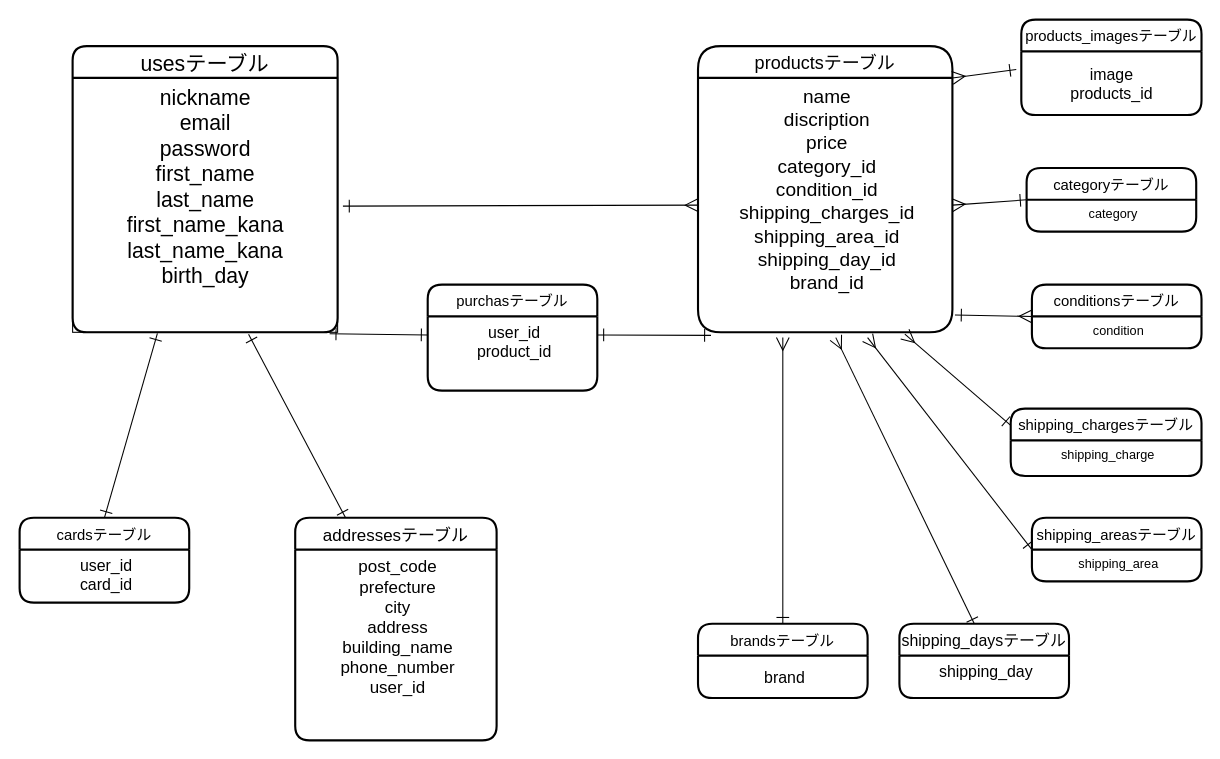
Earlier version of the draw.io diagram furima.dio (yyhoshino/furima-38595). Source tidied: cells renumbered, new cells numbered last; positions are measured from the earlier drawing's top-left corner, leaving out a move shared by most shapes. Both pictures are drawn from the tidied source at 106%, with x=0, y=0 at pixel (19, 19).
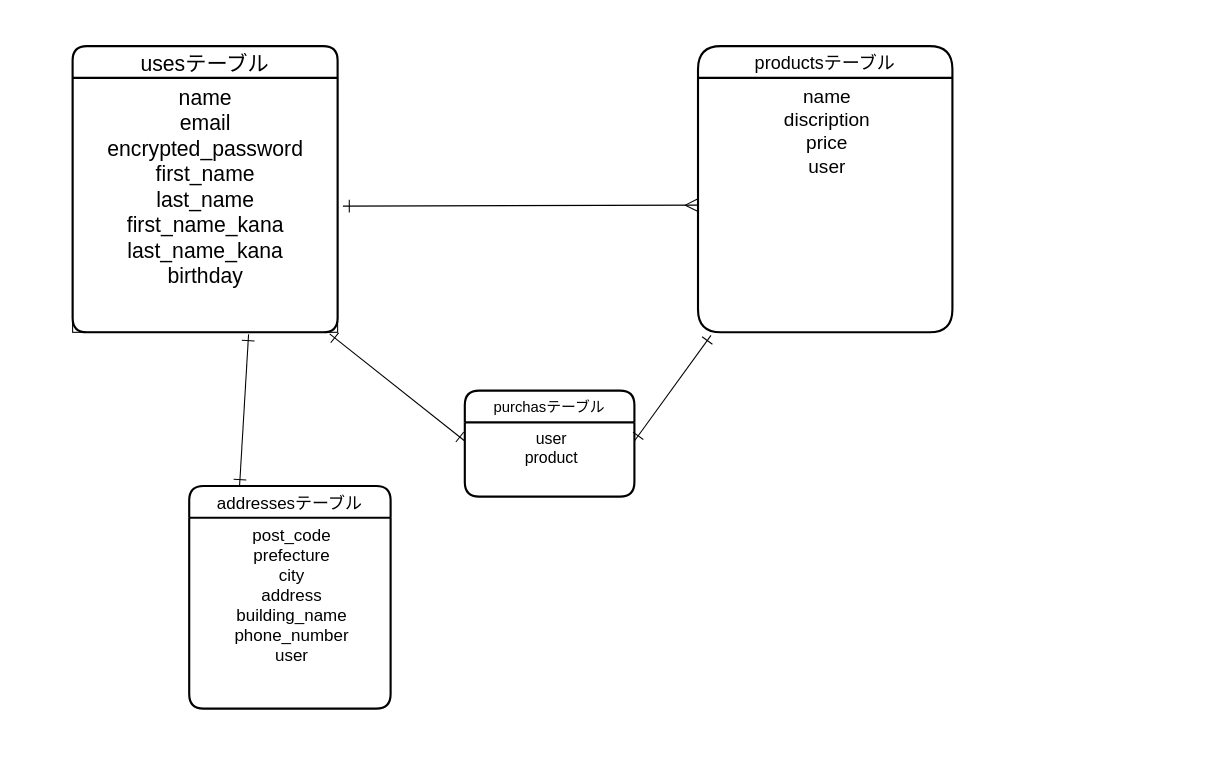
After the change.

The change refers to these unchanged cells:
```xml
<mxCell id="2" value="usesテーブル" style="swimlane;horizontal=1;startSize=30;rounded=1;fontSize=20;fontStyle=0;strokeWidth=2;shadow=0;dashed=0;align=center;" parent="1" vertex="1">
  <mxGeometry x="50" y="25" width="250" height="270" as="geometry" />
</mxCell>
<mxCell id="4" value="productsテーブル" style="swimlane;horizontal=1;startSize=30;rounded=1;fontSize=17;fontStyle=0;strokeWidth=2;shadow=0;dashed=0;align=center;arcSize=24;" parent="1" vertex="1">
  <mxGeometry x="640" y="25" width="240" height="270" as="geometry" />
</mxCell>
```

Change to the diagram source:
```diff
@@
-    <mxCell id="3" value="nickname&lt;br&gt;email&lt;br&gt;password&lt;br&gt;first_name&lt;br&gt;last_name&lt;br&gt;first_name_kana&lt;br&gt;last_name_kana&lt;br&gt;&lt;div&gt;birth_day&lt;/div&gt;" style="text;html=1;align=center;verticalAlign=top;points=[];strokeColor=default;fillColor=none;fontSize=20;fontStyle=0;" parent="2" vertex="1">
+    <mxCell id="3" value="name&lt;br&gt;email&lt;br&gt;encrypted_password&lt;br&gt;first_name&lt;br&gt;last_name&lt;br&gt;first_name_kana&lt;br&gt;last_name_kana&lt;br&gt;&lt;div&gt;birthday&lt;/div&gt;" style="text;html=1;align=center;verticalAlign=top;points=[];strokeColor=default;fillColor=none;fontSize=20;fontStyle=0;" parent="2" vertex="1">
       <mxGeometry y="30" width="250" height="240" as="geometry" />
     </mxCell>
@@
-    <mxCell id="5" value="name&#10;discription&#10;price&#10;category_id&#10;condition_id&#10;shipping_charges_id&#10;shipping_area_id&#10;shipping_day_id&#10;brand_id&#10;" style="align=center;strokeColor=none;fillColor=none;spacingLeft=4;fontSize=18;verticalAlign=top;" parent="4" vertex="1">
+    <mxCell id="5" value="name&#10;discription&#10;price&#10;user&#10;" style="align=center;strokeColor=none;fillColor=none;spacingLeft=4;fontSize=18;verticalAlign=top;" parent="4" vertex="1">
       <mxGeometry y="30" width="240" height="240" as="geometry" />
     </mxCell>
@@
     <mxCell id="7" value="purchasテーブル" style="swimlane;horizontal=1;startSize=30;rounded=1;fontSize=14;fontStyle=0;strokeWidth=2;shadow=0;dashed=0;align=center;" parent="1" vertex="1">
-      <mxGeometry x="385" y="250" width="160" height="100" as="geometry" />
+      <mxGeometry x="420" y="350" width="160" height="100" as="geometry" />
     </mxCell>
-    <mxCell id="8" value="user_id&#10;product_id" style="align=center;strokeColor=none;fillColor=none;spacingLeft=4;fontSize=15;verticalAlign=top;" parent="7" vertex="1">
+    <mxCell id="8" value="user&#10;product" style="align=center;strokeColor=none;fillColor=none;spacingLeft=4;fontSize=15;verticalAlign=top;" parent="7" vertex="1">
       <mxGeometry y="30" width="160" height="70" as="geometry" />
     </mxCell>
@@
-    <mxCell id="10" style="edgeStyle=none;html=1;exitX=0.5;exitY=0;exitDx=0;exitDy=0;fontSize=15;startArrow=ERone;startFill=0;endArrow=ERone;endFill=0;startSize=10;endSize=10;sourcePerimeterSpacing=10;targetPerimeterSpacing=10;strokeWidth=1;entryX=0.32;entryY=1.004;entryDx=0;entryDy=0;entryPerimeter=0;" parent="1" edge="1" source="11" target="3">
-      <mxGeometry relative="1" as="geometry" />
-    </mxCell>
-    <mxCell id="11" value="cardsテーブル" style="swimlane;horizontal=1;startSize=30;rounded=1;fontSize=14;fontStyle=0;strokeWidth=2;shadow=0;dashed=0;align=center;" parent="1" vertex="1">
-      <mxGeometry y="470" width="160" height="80" as="geometry" />
-    </mxCell>
-    <mxCell id="12" value="user_id&#10;card_id" style="align=center;strokeColor=none;fillColor=none;spacingLeft=4;fontSize=15;verticalAlign=top;" parent="11" vertex="1">
-      <mxGeometry y="30" width="160" height="50" as="geometry" />
-    </mxCell>
@@
     <mxCell id="14" value="addressesテーブル" style="swimlane;horizontal=1;startSize=30;rounded=1;fontSize=16;fontStyle=0;strokeWidth=2;shadow=0;dashed=0;align=center;" parent="1" vertex="1">
-      <mxGeometry x="260" y="470" width="190" height="210" as="geometry" />
+      <mxGeometry x="160" y="440" width="190" height="210" as="geometry" />
     </mxCell>
-    <mxCell id="15" value="post_code&#10;prefecture&#10;city&#10;address&#10;building_name&#10;phone_number&#10;user_id" style="align=center;strokeColor=none;fillColor=none;spacingLeft=4;fontSize=16;verticalAlign=top;" parent="14" vertex="1">
+    <mxCell id="15" value="post_code&#10;prefecture&#10;city&#10;address&#10;building_name&#10;phone_number&#10;user" style="align=center;strokeColor=none;fillColor=none;spacingLeft=4;fontSize=16;verticalAlign=top;" parent="14" vertex="1">
       <mxGeometry y="30" width="190" height="180" as="geometry" />
     </mxCell>
-    <mxCell id="16" value="products_imagesテーブル" style="swimlane;horizontal=1;startSize=30;rounded=1;fontSize=14;fontStyle=0;strokeWidth=2;shadow=0;dashed=0;align=center;" parent="1" vertex="1">
-      <mxGeometry x="945" width="170" height="90" as="geometry" />
-    </mxCell>
-    <mxCell id="17" value="image&lt;br&gt;products_id&lt;br&gt;" style="text;html=1;align=center;verticalAlign=middle;points=[];strokeColor=none;fillColor=none;fontSize=15;" parent="16" vertex="1">
-      <mxGeometry y="30" width="170" height="60" as="geometry" />
-    </mxCell>
-    <mxCell id="18" style="edgeStyle=none;html=1;exitX=1;exitY=0;exitDx=0;exitDy=0;entryX=-0.028;entryY=0.285;entryDx=0;entryDy=0;entryPerimeter=0;fontSize=15;startArrow=ERmany;startFill=0;endArrow=ERone;endFill=0;startSize=10;endSize=10;sourcePerimeterSpacing=10;targetPerimeterSpacing=10;strokeWidth=1;" parent="1" edge="1" source="5" target="17">
-      <mxGeometry relative="1" as="geometry" />
-    </mxCell>
-    <mxCell id="19" value="categoryテーブル" style="swimlane;horizontal=1;startSize=30;rounded=1;fontSize=14;fontStyle=0;strokeWidth=2;shadow=0;dashed=0;align=center;" parent="1" vertex="1">
-      <mxGeometry x="950" y="140" width="160" height="60" as="geometry" />
-    </mxCell>
-    <mxCell id="20" value="category" style="align=center;strokeColor=none;fillColor=none;spacingLeft=4;fontSize=12;verticalAlign=top;" parent="19" vertex="1">
-      <mxGeometry y="30" width="160" height="30" as="geometry" />
-    </mxCell>
-    <mxCell id="21" value="conditionsテーブル" style="swimlane;horizontal=1;startSize=30;rounded=1;fontSize=14;fontStyle=0;strokeWidth=2;shadow=0;dashed=0;align=center;" parent="1" vertex="1">
-      <mxGeometry x="955" y="250" width="160" height="60" as="geometry" />
-    </mxCell>
-    <mxCell id="22" value="condition" style="align=center;strokeColor=none;fillColor=none;spacingLeft=4;fontSize=12;verticalAlign=top;" parent="21" vertex="1">
-      <mxGeometry y="30" width="160" height="30" as="geometry" />
-    </mxCell>
-    <mxCell id="23" style="edgeStyle=none;html=1;exitX=0;exitY=0.25;exitDx=0;exitDy=0;entryX=0.813;entryY=1.007;entryDx=0;entryDy=0;entryPerimeter=0;fontSize=15;startArrow=ERone;startFill=0;endArrow=ERmany;endFill=0;startSize=10;endSize=10;sourcePerimeterSpacing=10;targetPerimeterSpacing=10;strokeWidth=1;" parent="1" edge="1" source="24" target="5">
-      <mxGeometry relative="1" as="geometry" />
-    </mxCell>
-    <mxCell id="24" value="shipping_chargesテーブル" style="swimlane;horizontal=1;startSize=30;rounded=1;fontSize=14;fontStyle=0;strokeWidth=2;shadow=0;dashed=0;align=center;" parent="1" vertex="1">
-      <mxGeometry x="935" y="367" width="180" height="63.5" as="geometry" />
-    </mxCell>
-    <mxCell id="25" value="shipping_charge" style="align=center;strokeColor=none;fillColor=none;spacingLeft=4;fontSize=12;verticalAlign=top;" parent="24" vertex="1">
-      <mxGeometry y="30" width="180" height="33.5" as="geometry" />
-    </mxCell>
-    <mxCell id="26" style="edgeStyle=none;html=1;exitX=0;exitY=0.5;exitDx=0;exitDy=0;fontSize=15;startArrow=ERone;startFill=0;endArrow=ERmany;endFill=0;startSize=10;endSize=10;sourcePerimeterSpacing=10;targetPerimeterSpacing=10;strokeWidth=1;" parent="1" edge="1" source="27">
-      <mxGeometry relative="1" as="geometry">
-        <mxPoint x="800" y="300" as="targetPoint" />
-      </mxGeometry>
-    </mxCell>
-    <mxCell id="27" value="shipping_areasテーブル" style="swimlane;horizontal=1;startSize=30;rounded=1;fontSize=14;fontStyle=0;strokeWidth=2;shadow=0;dashed=0;align=center;" parent="1" vertex="1">
-      <mxGeometry x="955" y="470" width="160" height="60" as="geometry" />
-    </mxCell>
-    <mxCell id="28" value="shipping_area" style="align=center;strokeColor=none;fillColor=none;spacingLeft=4;fontSize=12;verticalAlign=top;" parent="27" vertex="1">
-      <mxGeometry y="30" width="160" height="30" as="geometry" />
-    </mxCell>
-    <mxCell id="29" style="edgeStyle=none;html=1;fontSize=15;startArrow=ERone;startFill=0;endArrow=ERmany;endFill=0;startSize=10;endSize=10;sourcePerimeterSpacing=10;targetPerimeterSpacing=10;strokeWidth=1;exitX=0.446;exitY=0.019;exitDx=0;exitDy=0;exitPerimeter=0;" parent="1" edge="1" source="30">
-      <mxGeometry relative="1" as="geometry">
-        <mxPoint x="770" y="300" as="targetPoint" />
-      </mxGeometry>
-    </mxCell>
-    <mxCell id="30" value="shipping_daysテーブル" style="swimlane;horizontal=1;startSize=30;rounded=1;fontSize=15;fontStyle=0;strokeWidth=2;shadow=0;dashed=0;align=center;" parent="1" vertex="1">
-      <mxGeometry x="830" y="570" width="160" height="70" as="geometry" />
-    </mxCell>
-    <mxCell id="31" value="shipping_day" style="align=center;strokeColor=none;fillColor=none;spacingLeft=4;fontSize=15;verticalAlign=top;" parent="30" vertex="1">
-      <mxGeometry y="30" width="160" height="40" as="geometry" />
-    </mxCell>
@@
-    <mxCell id="33" style="edgeStyle=none;html=1;exitX=0.5;exitY=0;exitDx=0;exitDy=0;fontSize=15;startArrow=ERone;startFill=0;endArrow=ERmany;endFill=0;startSize=10;endSize=10;sourcePerimeterSpacing=10;targetPerimeterSpacing=10;strokeWidth=1;" parent="1" edge="1" source="34">
-      <mxGeometry relative="1" as="geometry">
-        <mxPoint x="720" y="300" as="targetPoint" />
-      </mxGeometry>
-    </mxCell>
-    <mxCell id="34" value="brandsテーブル" style="swimlane;horizontal=1;startSize=30;rounded=1;fontSize=14;fontStyle=0;strokeWidth=2;shadow=0;dashed=0;align=center;" parent="1" vertex="1">
-      <mxGeometry x="640" y="570" width="160" height="70" as="geometry" />
-    </mxCell>
-    <mxCell id="35" value="brand" style="align=center;strokeColor=none;fillColor=none;spacingLeft=4;fontSize=15;verticalAlign=middle;" parent="34" vertex="1">
-      <mxGeometry y="30" width="160" height="40" as="geometry" />
-    </mxCell>
-    <mxCell id="36" style="edgeStyle=none;html=1;exitX=0;exitY=0;exitDx=0;exitDy=0;entryX=1;entryY=0.5;entryDx=0;entryDy=0;fontSize=15;startArrow=ERone;startFill=0;endArrow=ERmany;endFill=0;startSize=10;endSize=10;sourcePerimeterSpacing=10;targetPerimeterSpacing=10;strokeWidth=1;" parent="1" edge="1" source="20" target="5">
-      <mxGeometry relative="1" as="geometry" />
-    </mxCell>
-    <mxCell id="37" style="edgeStyle=none;html=1;exitX=0;exitY=0;exitDx=0;exitDy=0;entryX=1.01;entryY=0.932;entryDx=0;entryDy=0;entryPerimeter=0;fontSize=15;startArrow=ERmany;startFill=0;endArrow=ERone;endFill=0;startSize=10;endSize=10;sourcePerimeterSpacing=10;targetPerimeterSpacing=10;strokeWidth=1;" parent="1" edge="1" source="22" target="5">
-      <mxGeometry relative="1" as="geometry" />
-    </mxCell>
```
